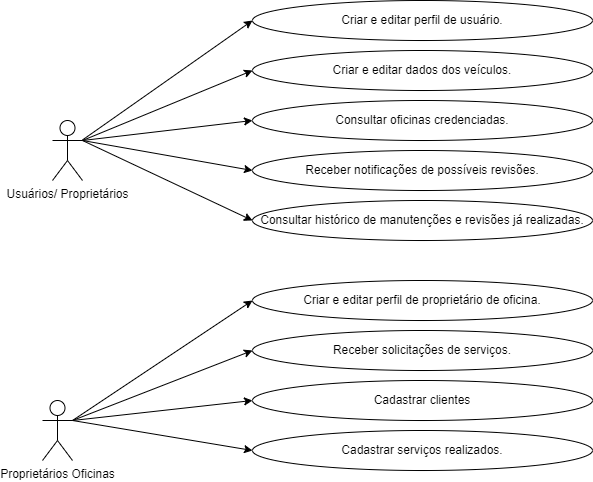
Above: docs/img/autoapp.drawio.png in ICEI-PUC-Minas-PMV-ADS/PMV-ADS-2022-2-E3-PROJ-MOV-T1-TIME1-AUTOAPP (draw.io), before the change. Source tidied: cells renumbered, new cells last; positions are measured from the earlier drawing's top-left corner, leaving out a move shared by most shapes. Source of this version:
```xml
<mxGraphModel>
  <root>
    <mxCell id="0" />
    <mxCell id="1" parent="0" />
    <mxCell id="2" value="Usuários/ Proprietários" style="shape=umlActor;verticalLabelPosition=bottom;verticalAlign=top;html=1;outlineConnect=0;" parent="1" vertex="1">
      <mxGeometry x="10" y="120" width="30" height="60" as="geometry" />
    </mxCell>
    <mxCell id="3" value="Criar e editar perfil de usuário." style="ellipse;whiteSpace=wrap;html=1;" parent="1" vertex="1">
      <mxGeometry x="210" width="340" height="40" as="geometry" />
    </mxCell>
    <mxCell id="4" value="Criar e editar dados dos veículos." style="ellipse;whiteSpace=wrap;html=1;" parent="1" vertex="1">
      <mxGeometry x="210" y="50" width="340" height="40" as="geometry" />
    </mxCell>
    <mxCell id="5" value="Receber notificações de possíveis revisões." style="ellipse;whiteSpace=wrap;html=1;" parent="1" vertex="1">
      <mxGeometry x="210" y="150" width="340" height="40" as="geometry" />
    </mxCell>
    <mxCell id="6" value="Consultar oficinas credenciadas." style="ellipse;whiteSpace=wrap;html=1;" parent="1" vertex="1">
      <mxGeometry x="210" y="100" width="340" height="40" as="geometry" />
    </mxCell>
    <mxCell id="7" style="endArrow=classic;html=1;rounded=0;entryX=0;entryY=0.5;entryDx=0;entryDy=0;" parent="1" edge="1" source="2" target="3">
      <mxGeometry relative="1" as="geometry" />
    </mxCell>
    <mxCell id="8" style="endArrow=classic;html=1;rounded=0;entryX=0;entryY=0.5;entryDx=0;entryDy=0;exitX=1;exitY=0.3333333333333333;exitDx=0;exitDy=0;exitPerimeter=0;" parent="1" edge="1" source="2" target="4">
      <mxGeometry relative="1" as="geometry" />
    </mxCell>
    <mxCell id="9" style="endArrow=classic;html=1;rounded=0;entryX=0;entryY=0.5;entryDx=0;entryDy=0;exitX=1;exitY=0.3333333333333333;exitDx=0;exitDy=0;exitPerimeter=0;" parent="1" edge="1" source="2" target="6">
      <mxGeometry relative="1" as="geometry" />
    </mxCell>
    <mxCell id="10" style="endArrow=classic;html=1;rounded=0;entryX=0;entryY=0.5;entryDx=0;entryDy=0;exitX=1;exitY=0.3333333333333333;exitDx=0;exitDy=0;exitPerimeter=0;" parent="1" edge="1" source="2" target="5">
      <mxGeometry relative="1" as="geometry" />
    </mxCell>
    <mxCell id="11" value="Consultar histórico de manutenções e revisões já realizadas." style="ellipse;whiteSpace=wrap;html=1;" parent="1" vertex="1">
      <mxGeometry x="210" y="200" width="340" height="40" as="geometry" />
    </mxCell>
    <mxCell id="12" style="endArrow=classic;html=1;rounded=0;entryX=0;entryY=0.5;entryDx=0;entryDy=0;exitX=1;exitY=0.3333333333333333;exitDx=0;exitDy=0;exitPerimeter=0;" parent="1" edge="1" source="2" target="11">
      <mxGeometry relative="1" as="geometry" />
    </mxCell>
    <mxCell id="13" value="Proprietários Oficinas" style="shape=umlActor;verticalLabelPosition=bottom;verticalAlign=top;html=1;outlineConnect=0;" parent="1" vertex="1">
      <mxGeometry y="400" width="30" height="60" as="geometry" />
    </mxCell>
    <mxCell id="14" value="Criar e editar perfil de proprietário de oficina." style="ellipse;whiteSpace=wrap;html=1;" parent="1" vertex="1">
      <mxGeometry x="210" y="280" width="340" height="40" as="geometry" />
    </mxCell>
    <mxCell id="15" value="Receber solicitações de serviços." style="ellipse;whiteSpace=wrap;html=1;" parent="1" vertex="1">
      <mxGeometry x="210" y="330" width="340" height="40" as="geometry" />
    </mxCell>
    <mxCell id="16" value="Cadastrar serviços realizados." style="ellipse;whiteSpace=wrap;html=1;" parent="1" vertex="1">
      <mxGeometry x="210" y="430" width="340" height="40" as="geometry" />
    </mxCell>
    <mxCell id="17" value="Cadastrar clientes" style="ellipse;whiteSpace=wrap;html=1;" parent="1" vertex="1">
      <mxGeometry x="210" y="380" width="340" height="40" as="geometry" />
    </mxCell>
    <mxCell id="18" style="endArrow=classic;html=1;rounded=0;" parent="1" edge="1">
      <mxGeometry relative="1" as="geometry">
        <mxPoint x="30" y="420" as="sourcePoint" />
        <mxPoint x="210" y="300" as="targetPoint" />
      </mxGeometry>
    </mxCell>
    <mxCell id="19" style="endArrow=classic;html=1;rounded=0;exitX=1;exitY=0.3333333333333333;exitDx=0;exitDy=0;exitPerimeter=0;" parent="1" edge="1" source="13">
      <mxGeometry relative="1" as="geometry">
        <mxPoint x="210" y="350" as="targetPoint" />
      </mxGeometry>
    </mxCell>
    <mxCell id="20" style="endArrow=classic;html=1;rounded=0;entryX=0;entryY=0.5;entryDx=0;entryDy=0;" parent="1" edge="1" target="16">
      <mxGeometry relative="1" as="geometry">
        <mxPoint x="30" y="420" as="sourcePoint" />
      </mxGeometry>
    </mxCell>
    <mxCell id="21" style="endArrow=classic;html=1;rounded=0;" parent="1" edge="1">
      <mxGeometry relative="1" as="geometry">
        <mxPoint x="30" y="420" as="sourcePoint" />
        <mxPoint x="210" y="400" as="targetPoint" />
      </mxGeometry>
    </mxCell>
  </root>
</mxGraphModel>
```
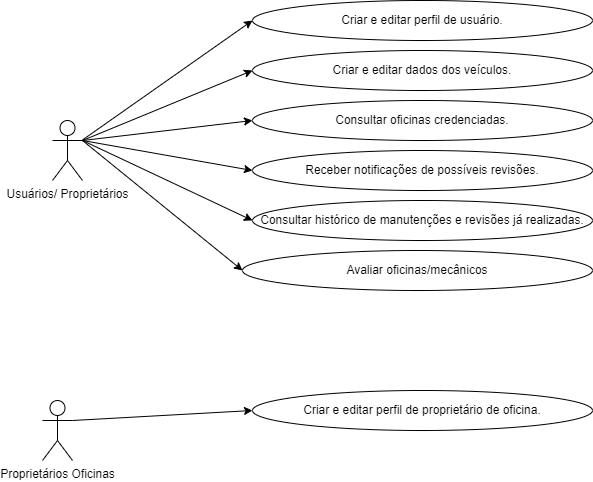
After the change.

The edit, as a diff of the source:
```diff
@@ -39,38 +39,20 @@
       <mxGeometry y="400" width="30" height="60" as="geometry" />
     </mxCell>
     <mxCell id="14" value="Criar e editar perfil de proprietário de oficina." style="ellipse;whiteSpace=wrap;html=1;" parent="1" vertex="1">
-      <mxGeometry x="210" y="280" width="340" height="40" as="geometry" />
+      <mxGeometry x="210" y="390" width="340" height="40" as="geometry" />
     </mxCell>
-    <mxCell id="15" value="Receber solicitações de serviços." style="ellipse;whiteSpace=wrap;html=1;" parent="1" vertex="1">
-      <mxGeometry x="210" y="330" width="340" height="40" as="geometry" />
-    </mxCell>
-    <mxCell id="16" value="Cadastrar serviços realizados." style="ellipse;whiteSpace=wrap;html=1;" parent="1" vertex="1">
-      <mxGeometry x="210" y="430" width="340" height="40" as="geometry" />
-    </mxCell>
-    <mxCell id="17" value="Cadastrar clientes" style="ellipse;whiteSpace=wrap;html=1;" parent="1" vertex="1">
-      <mxGeometry x="210" y="380" width="340" height="40" as="geometry" />
-    </mxCell>
-    <mxCell id="18" style="endArrow=classic;html=1;rounded=0;" parent="1" edge="1">
+    <mxCell id="18" style="endArrow=classic;html=1;rounded=0;entryX=0;entryY=0.5;entryDx=0;entryDy=0;" parent="1" edge="1" target="14">
       <mxGeometry relative="1" as="geometry">
         <mxPoint x="30" y="420" as="sourcePoint" />
-        <mxPoint x="210" y="300" as="targetPoint" />
       </mxGeometry>
     </mxCell>
-    <mxCell id="19" style="endArrow=classic;html=1;rounded=0;exitX=1;exitY=0.3333333333333333;exitDx=0;exitDy=0;exitPerimeter=0;" parent="1" edge="1" source="13">
-      <mxGeometry relative="1" as="geometry">
-        <mxPoint x="210" y="350" as="targetPoint" />
-      </mxGeometry>
-    </mxCell>
-    <mxCell id="20" style="endArrow=classic;html=1;rounded=0;entryX=0;entryY=0.5;entryDx=0;entryDy=0;" parent="1" edge="1" target="16">
-      <mxGeometry relative="1" as="geometry">
-        <mxPoint x="30" y="420" as="sourcePoint" />
-      </mxGeometry>
-    </mxCell>
-    <mxCell id="21" style="endArrow=classic;html=1;rounded=0;" parent="1" edge="1">
-      <mxGeometry relative="1" as="geometry">
-        <mxPoint x="30" y="420" as="sourcePoint" />
-        <mxPoint x="210" y="400" as="targetPoint" />
-      </mxGeometry>
-    </mxCell>
+    <mxCell id="22" value="Avaliar oficinas/mecânicos" style="ellipse;whiteSpace=wrap;html=1;" parent="1" vertex="1">
+      <mxGeometry x="200" y="250" width="350" height="40" as="geometry" />
+    </mxCell>
+    <mxCell id="23" style="endArrow=classic;html=1;rounded=0;entryX=0;entryY=0.5;entryDx=0;entryDy=0;" parent="1" edge="1" target="22">
+      <mxGeometry relative="1" as="geometry">
+        <mxPoint x="40" y="140" as="sourcePoint" />
+      </mxGeometry>
+    </mxCell>
   </root>
 </mxGraphModel>
```
